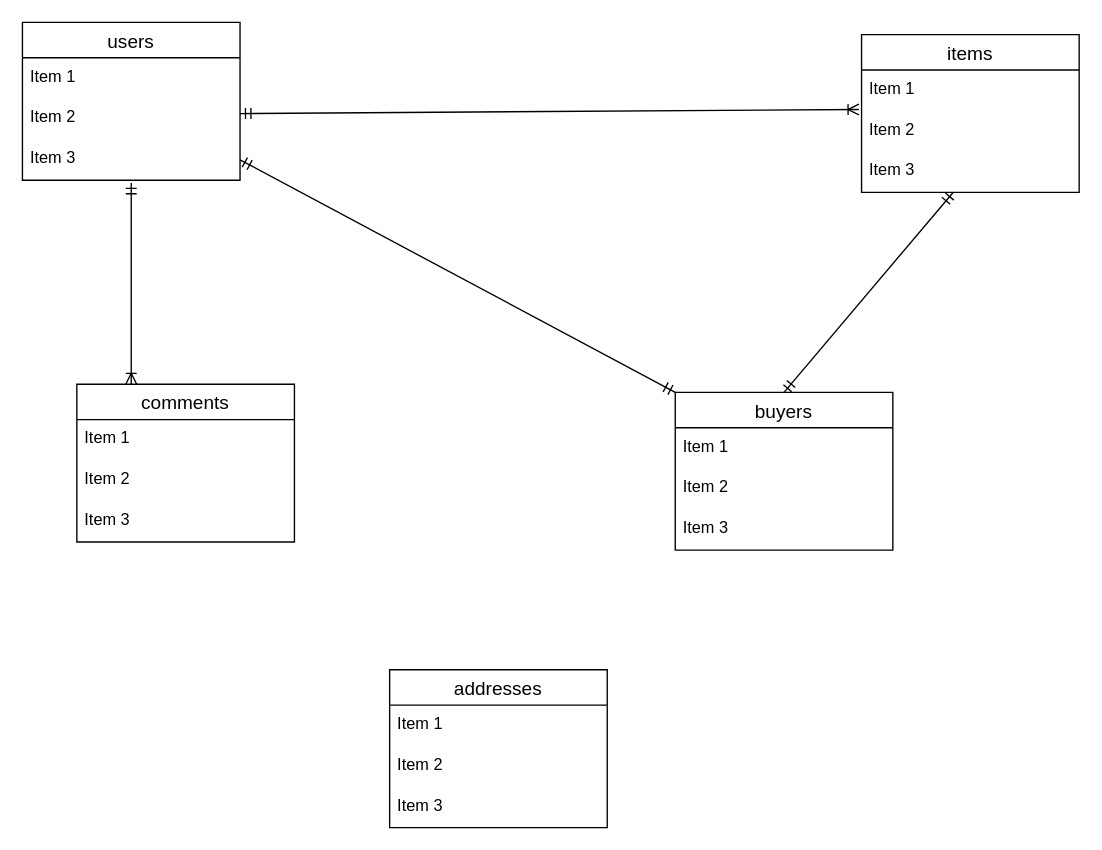
Above: furima.dio in masaya-suzu/furima-35486 (draw.io), before the change. Source tidied: cells renumbered, new cells numbered last; positions are measured from the earlier drawing's top-left corner, leaving out a move shared by most shapes. Both pictures are drawn from the tidied source at 136%, with x=0, y=0 at pixel (22, 22).
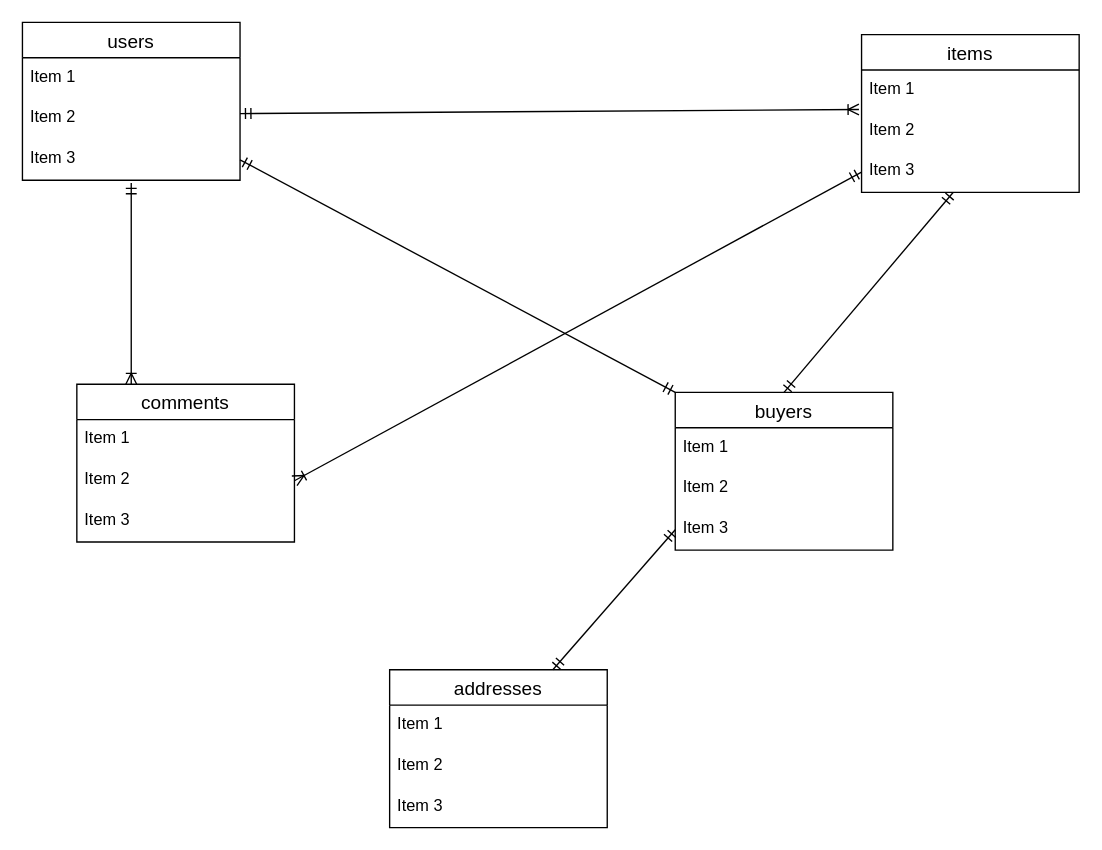
The same page after the edit.

Commit message (it also covers changes not shown here):
データベース修正５

The change refers to these unchanged cells:
```xml
<mxCell id="11" value="Item 3" style="text;strokeColor=none;fillColor=none;spacingLeft=4;spacingRight=4;overflow=hidden;points=[[0,0.5],[1,0.5]];portConstraint=eastwest;fontSize=12;" parent="8" vertex="1">
  <mxGeometry y="86" width="160" height="30" as="geometry" />
</mxCell>
<mxCell id="14" value="Item 2" style="text;strokeColor=none;fillColor=none;spacingLeft=4;spacingRight=4;overflow=hidden;points=[[0,0.5],[1,0.5]];portConstraint=eastwest;fontSize=12;" parent="12" vertex="1">
  <mxGeometry y="56" width="160" height="30" as="geometry" />
</mxCell>
<mxCell id="19" value="Item 3" style="text;strokeColor=none;fillColor=none;spacingLeft=4;spacingRight=4;overflow=hidden;points=[[0,0.5],[1,0.5]];portConstraint=eastwest;fontSize=12;" parent="16" vertex="1">
  <mxGeometry y="86" width="160" height="30" as="geometry" />
</mxCell>
<mxCell id="20" value="addresses" style="swimlane;fontStyle=0;horizontal=1;startSize=26;align=center;fontSize=14;" parent="1" vertex="1">
  <mxGeometry x="270" y="476" width="160" height="116" as="geometry" />
</mxCell>
```

What changed in the source:
```diff
@@
+    <mxCell id="29" style="fontSize=12;html=1;endArrow=ERoneToMany;startArrow=ERmandOne;exitX=0;exitY=0.5;exitDx=0;exitDy=0;entryX=1;entryY=0.5;entryDx=0;entryDy=0;" parent="1" edge="1" source="11" target="14">
+      <mxGeometry relative="1" as="geometry" />
+    </mxCell>
+    <mxCell id="30" style="fontSize=12;html=1;endArrow=ERmandOne;startArrow=ERmandOne;entryX=0;entryY=0.5;entryDx=0;entryDy=0;exitX=0.75;exitY=0;exitDx=0;exitDy=0;" parent="1" edge="1" source="20" target="19">
+      <mxGeometry relative="1" as="geometry" />
+    </mxCell>
```
